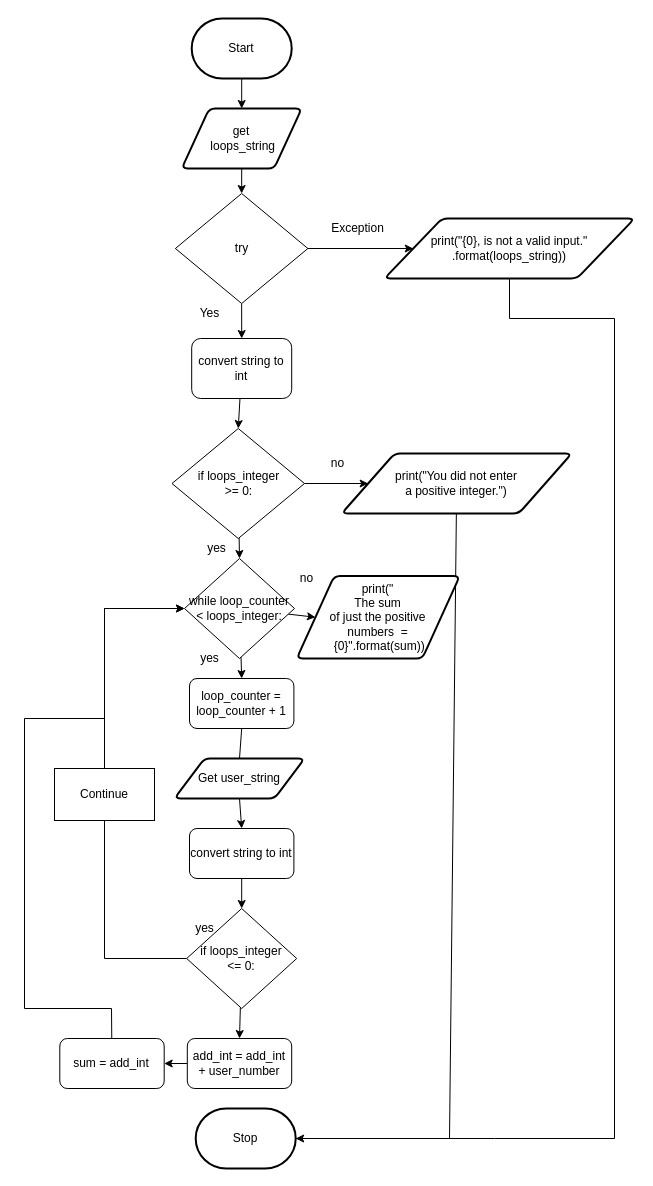
Before: design/flowchart.drawio in Emmanuel-Fofeyin/ICS3U-Unit4-05-Python, a draw.io diagram. Source tidied: cells renumbered, new cells numbered last; positions are measured from the earlier drawing's top-left corner, leaving out a move shared by most shapes. Both pictures are drawn from the tidied source at 100%, with x=0, y=0 at pixel (24, 18).
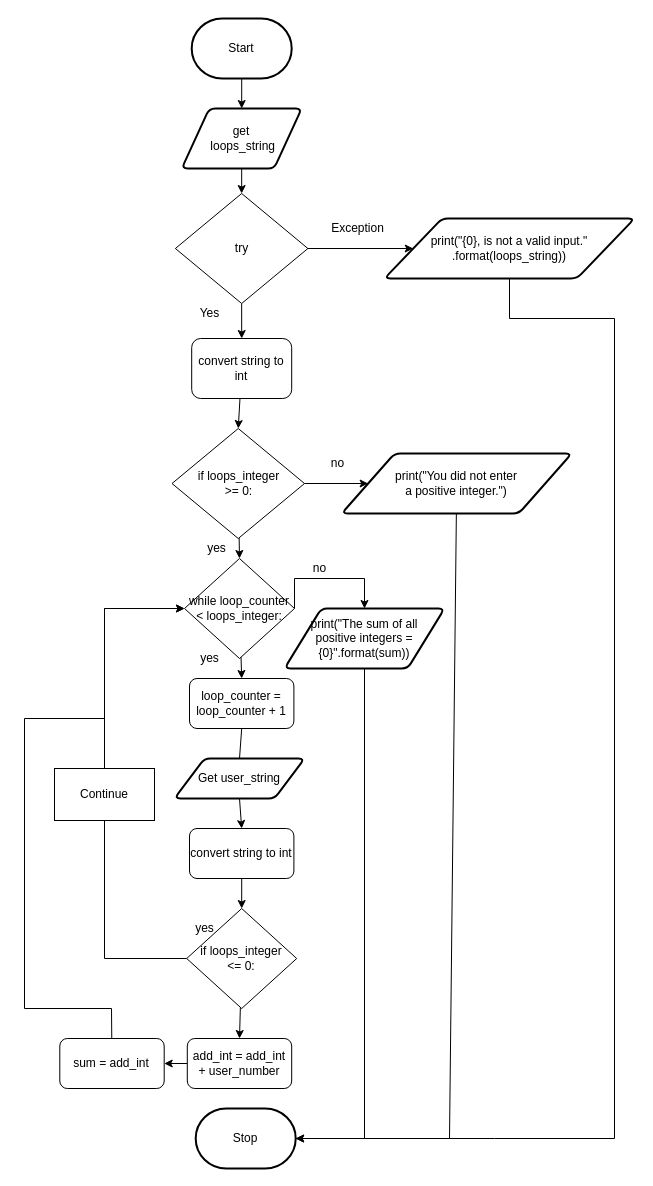
The same page after the edit.

The change refers to these unchanged cells:
```xml
<mxCell id="10" value="Stop" style="strokeWidth=2;html=1;shape=mxgraph.flowchart.terminator;whiteSpace=wrap;" parent="1" vertex="1">
  <mxGeometry x="171.2" y="1090" width="100" height="60" as="geometry" />
</mxCell>
<mxCell id="28" value="while loop_counter &amp;lt; loops_integer:" style="rhombus;whiteSpace=wrap;html=1;" parent="1" vertex="1">
  <mxGeometry x="160" y="540" width="110" height="100" as="geometry" />
</mxCell>
```

The edit, as a diff of the source:
```diff
@@
-    <mxCell id="27" style="edgeStyle=none;html=1;entryX=0;entryY=0.5;entryDx=0;entryDy=0;" parent="1" edge="1" source="28" target="42">
-      <mxGeometry relative="1" as="geometry" />
+    <mxCell id="27" style="edgeStyle=none;html=1;entryX=0.5;entryY=0;entryDx=0;entryDy=0;exitX=1;exitY=0.5;exitDx=0;exitDy=0;rounded=0;" parent="1" edge="1" source="28" target="42">
+      <mxGeometry relative="1" as="geometry">
+        <Array as="points">
+          <mxPoint x="270" y="560" />
+          <mxPoint x="340" y="560" />
+        </Array>
+      </mxGeometry>
     </mxCell>
@@
+    <mxCell id="44" style="edgeStyle=none;html=1;fontSize=12;entryX=1;entryY=0.5;entryDx=0;entryDy=0;entryPerimeter=0;rounded=0;" parent="1" edge="1" source="42" target="10">
+      <mxGeometry relative="1" as="geometry">
+        <Array as="points">
+          <mxPoint x="340" y="1120" />
+        </Array>
+      </mxGeometry>
+    </mxCell>
-    <mxCell id="42" value="print(&quot;&lt;br&gt;The sum &lt;br&gt;of just the positive &lt;br&gt;numbers&amp;nbsp; =&lt;br&gt;&amp;nbsp;{0}&quot;.format(sum))" style="shape=parallelogram;html=1;strokeWidth=2;perimeter=parallelogramPerimeter;whiteSpace=wrap;rounded=1;arcSize=12;size=0.23;" parent="1" vertex="1">
-      <mxGeometry x="272.2" y="557.5" width="163.1" height="82.5" as="geometry" />
+    <mxCell id="42" value="print(&quot;The sum of all &lt;br&gt;positive integers = {0}&quot;.format(sum))" style="shape=parallelogram;html=1;strokeWidth=2;perimeter=parallelogramPerimeter;whiteSpace=wrap;rounded=1;arcSize=12;size=0.23;" parent="1" vertex="1">
+      <mxGeometry x="260" y="590" width="160" height="60" as="geometry" />
     </mxCell>
     <mxCell id="43" value="&lt;font style=&quot;font-size: 12px&quot;&gt;no&lt;/font&gt;" style="text;html=1;align=center;verticalAlign=middle;strokeColor=none;fillColor=none;fontSize=10;" parent="1" vertex="1">
-      <mxGeometry x="267.2" y="550" width="30" height="20" as="geometry" />
+      <mxGeometry x="280" y="540" width="30" height="20" as="geometry" />
     </mxCell>
```
